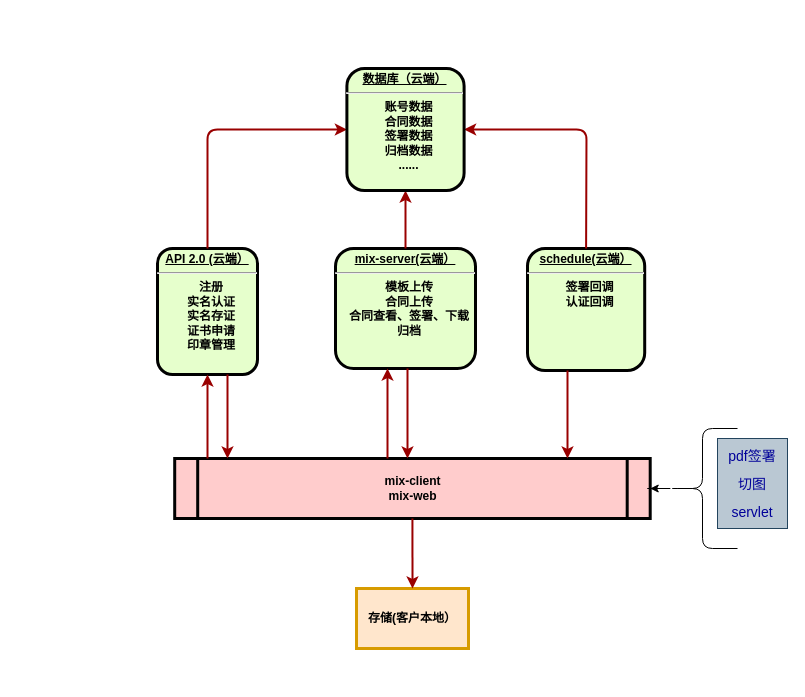
Above: Untitled Diagram.drawio in fanrendale/Thread-Study (draw.io), before the change. Source tidied: cells renumbered, new cells numbered last; positions are measured from the earlier drawing's top-left corner, leaving out a move shared by most shapes. Both pictures are drawn from the tidied source at 100%, with x=0, y=0 at pixel (157, 68).
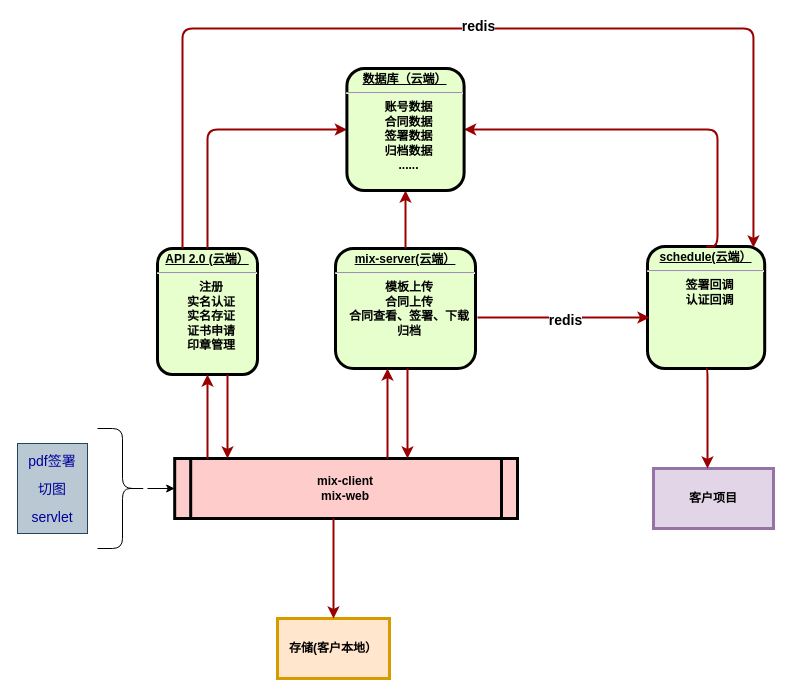
The same page after the edit.

Unchanged cells that the change refers to:
```xml
<mxCell id="2" value="&lt;p style=&quot;margin: 0px ; margin-top: 4px ; text-align: center ; text-decoration: underline&quot;&gt;&lt;strong&gt;API 2.0 (云端）&lt;/strong&gt;&lt;/p&gt;&lt;hr&gt;&lt;p style=&quot;margin: 0px ; margin-left: 8px&quot;&gt;注册&lt;/p&gt;&lt;p style=&quot;margin: 0px ; margin-left: 8px&quot;&gt;实名认证&lt;/p&gt;&lt;p style=&quot;margin: 0px ; margin-left: 8px&quot;&gt;实名存证&lt;/p&gt;&lt;p style=&quot;margin: 0px ; margin-left: 8px&quot;&gt;证书申请&lt;/p&gt;&lt;p style=&quot;margin: 0px ; margin-left: 8px&quot;&gt;印章管理&lt;/p&gt;" style="verticalAlign=middle;align=center;overflow=fill;fontSize=12;fontFamily=Helvetica;html=1;rounded=1;fontStyle=1;strokeWidth=3;fillColor=#E6FFCC;" parent="1" vertex="1">
  <mxGeometry y="180" width="100" height="126" as="geometry" />
</mxCell>
<mxCell id="16" value="&lt;p style=&quot;margin: 0px ; margin-top: 4px ; text-align: center ; text-decoration: underline&quot;&gt;数据库（云端）&lt;/p&gt;&lt;hr&gt;&lt;p style=&quot;margin: 0px ; margin-left: 8px&quot;&gt;账号数据&lt;/p&gt;&lt;p style=&quot;margin: 0px ; margin-left: 8px&quot;&gt;合同数据&lt;/p&gt;&lt;p style=&quot;margin: 0px ; margin-left: 8px&quot;&gt;签署数据&lt;/p&gt;&lt;p style=&quot;margin: 0px ; margin-left: 8px&quot;&gt;归档数据&lt;/p&gt;&lt;p style=&quot;margin: 0px ; margin-left: 8px&quot;&gt;......&lt;/p&gt;" style="verticalAlign=middle;align=center;overflow=fill;fontSize=12;fontFamily=Helvetica;html=1;rounded=1;fontStyle=1;strokeWidth=3;fillColor=#E6FFCC;" parent="1" vertex="1">
  <mxGeometry x="189.4" width="117.2" height="122" as="geometry" />
</mxCell>
```

What changed in the source:
```diff
@@
     <mxCell id="3" value="mix-client&#10;mix-web" style="shape=process;whiteSpace=wrap;align=center;verticalAlign=middle;size=0.0475;fontStyle=1;strokeWidth=3;fillColor=#FFCCCC;" parent="1" vertex="1">
-      <mxGeometry x="17.2" y="390" width="475.5" height="60" as="geometry" />
+      <mxGeometry x="17.2" y="390" width="342.8" height="60" as="geometry" />
     </mxCell>
@@
     <mxCell id="5" value="&lt;p style=&quot;margin: 0px ; margin-top: 4px ; text-align: center ; text-decoration: underline&quot;&gt;&lt;strong&gt;schedule(云端）&lt;/strong&gt;&lt;/p&gt;&lt;hr&gt;&lt;p style=&quot;margin: 0px ; margin-left: 8px&quot;&gt;签署回调&lt;/p&gt;&lt;p style=&quot;margin: 0px ; margin-left: 8px&quot;&gt;认证回调&lt;/p&gt;" style="verticalAlign=middle;align=center;overflow=fill;fontSize=12;fontFamily=Helvetica;html=1;rounded=1;fontStyle=1;strokeWidth=3;fillColor=#E6FFCC;" parent="1" vertex="1">
-      <mxGeometry x="370" y="180" width="117.2" height="122" as="geometry" />
+      <mxGeometry x="490" y="178" width="117.2" height="122" as="geometry" />
     </mxCell>
     <mxCell id="6" value="存储(客户本地）" style="whiteSpace=wrap;align=center;verticalAlign=middle;fontStyle=1;strokeWidth=3;fillColor=#ffe6cc;strokeColor=#d79b00;" parent="1" vertex="1">
-      <mxGeometry x="199" y="520" width="112" height="60" as="geometry" />
+      <mxGeometry x="120" y="550" width="112" height="60" as="geometry" />
     </mxCell>
@@
-    <mxCell id="11" style="edgeStyle=elbowEdgeStyle;elbow=horizontal;strokeColor=#990000;strokeWidth=2;" parent="1" edge="1" source="5" target="3">
-      <mxGeometry relative="1" as="geometry">
-        <Array as="points">
-          <mxPoint x="410" y="340" />
-          <mxPoint x="360" y="370" />
-        </Array>
-      </mxGeometry>
-    </mxCell>
-    <mxCell id="12" style="edgeStyle=elbowEdgeStyle;elbow=horizontal;strokeColor=#990000;strokeWidth=2;exitX=0.5;exitY=1;exitDx=0;exitDy=0;entryX=0.5;entryY=0;entryDx=0;entryDy=0;" parent="1" edge="1" source="3" target="6">
+    <mxCell id="12" style="edgeStyle=elbowEdgeStyle;elbow=horizontal;strokeColor=#990000;strokeWidth=2;entryX=0.5;entryY=0;entryDx=0;entryDy=0;" parent="1" edge="1" target="6">
       <mxGeometry relative="1" as="geometry">
+        <mxPoint x="176" y="450" as="sourcePoint" />
         <Array as="points">
-          <mxPoint x="255" y="520" />
+          <mxPoint x="176" y="490" />
+          <mxPoint x="190" y="500" />
           <mxPoint x="330" y="614" />
         </Array>
       </mxGeometry>
     </mxCell>
@@
     <mxCell id="14" style="edgeStyle=elbowEdgeStyle;elbow=horizontal;strokeColor=#990000;strokeWidth=2;entryX=1;entryY=0.5;entryDx=0;entryDy=0;exitX=0.5;exitY=0;exitDx=0;exitDy=0;" parent="1" edge="1" source="5" target="16">
       <mxGeometry relative="1" as="geometry">
         <Array as="points">
+          <mxPoint x="560" y="120" />
           <mxPoint x="429" y="110" />
         </Array>
       </mxGeometry>
     </mxCell>
@@
-    <mxCell id="17" style="edgeStyle=orthogonalEdgeStyle;rounded=0;jettySize=auto;html=1;entryX=1;entryY=0.5;entryDx=0;entryDy=0;" parent="1" edge="1" source="18" target="3">
-      <mxGeometry relative="1" as="geometry" />
-    </mxCell>
-    <mxCell id="18" style="shape=curlyBracket;whiteSpace=wrap;html=1;rounded=1;" parent="1" vertex="1">
-      <mxGeometry x="510" y="360" width="70" height="120" as="geometry" />
-    </mxCell>
     <mxCell id="19" value="&lt;font color=&quot;#000099&quot; style=&quot;line-height: 200% ; font-size: 14px&quot;&gt;pdf签署&lt;br&gt;切图&lt;br&gt;servlet&lt;/font&gt;" style="text;html=1;strokeColor=#23445d;fillColor=#bac8d3;align=center;verticalAlign=middle;whiteSpace=wrap;rounded=0;" parent="1" vertex="1">
-      <mxGeometry x="560" y="370" width="70" height="90" as="geometry" />
+      <mxGeometry x="-140" y="375" width="70" height="90" as="geometry" />
     </mxCell>
+    <mxCell id="20" style="edgeStyle=orthogonalEdgeStyle;rounded=0;jettySize=auto;html=1;entryX=0;entryY=0.5;entryDx=0;entryDy=0;" parent="1" edge="1" source="21" target="3">
+      <mxGeometry relative="1" as="geometry" />
+    </mxCell>
+    <mxCell id="21" style="shape=curlyBracket;whiteSpace=wrap;html=1;rounded=1;flipH=1;" parent="1" vertex="1">
+      <mxGeometry x="-60" y="360" width="50" height="120" as="geometry" />
+    </mxCell>
+    <mxCell id="22" value="客户项目" style="whiteSpace=wrap;align=center;verticalAlign=middle;fontStyle=1;strokeWidth=3;fillColor=#e1d5e7;strokeColor=#9673a6;" parent="1" vertex="1">
+      <mxGeometry x="496" y="400" width="120" height="60" as="geometry" />
+    </mxCell>
+    <mxCell id="23" style="edgeStyle=elbowEdgeStyle;elbow=horizontal;strokeColor=#990000;strokeWidth=2;exitX=0.5;exitY=1;exitDx=0;exitDy=0;" parent="1" edge="1" source="5" target="22">
+      <mxGeometry relative="1" as="geometry">
+        <Array as="points">
+          <mxPoint x="550" y="330" />
+          <mxPoint x="560" y="330" />
+        </Array>
+      </mxGeometry>
+    </mxCell>
+    <mxCell id="24" style="edgeStyle=elbowEdgeStyle;elbow=horizontal;strokeColor=#990000;strokeWidth=2;entryX=0.017;entryY=0.582;entryDx=0;entryDy=0;entryPerimeter=0;" parent="1" edge="1" target="5">
+      <mxGeometry relative="1" as="geometry">
+        <mxPoint x="320" y="249" as="sourcePoint" />
+        <Array as="points">
+          <mxPoint x="420" y="200" />
+        </Array>
+      </mxGeometry>
+    </mxCell>
+    <mxCell id="25" value="&lt;font style=&quot;font-size: 14px&quot;&gt;&lt;b&gt;redis&lt;/b&gt;&lt;/font&gt;" style="edgeLabel;html=1;align=center;verticalAlign=middle;" parent="24" vertex="1">
+      <mxGeometry x="0.01" y="-2" relative="1" as="geometry" />
+    </mxCell>
+    <mxCell id="26" style="edgeStyle=elbowEdgeStyle;elbow=horizontal;strokeColor=#990000;strokeWidth=2;entryX=0.904;entryY=0.008;entryDx=0;entryDy=0;exitX=0.25;exitY=0;exitDx=0;exitDy=0;entryPerimeter=0;" parent="1" edge="1" source="2" target="5">
+      <mxGeometry relative="1" as="geometry">
+        <Array as="points">
+          <mxPoint x="400" y="-40" />
+          <mxPoint y="10" />
+        </Array>
+      </mxGeometry>
+    </mxCell>
+    <mxCell id="27" value="&lt;font style=&quot;font-size: 14px&quot;&gt;&lt;b&gt;redis&lt;/b&gt;&lt;/font&gt;" style="edgeLabel;html=1;align=center;verticalAlign=middle;" parent="26" vertex="1">
+      <mxGeometry x="0.02" y="3" relative="1" as="geometry" />
+    </mxCell>
```
